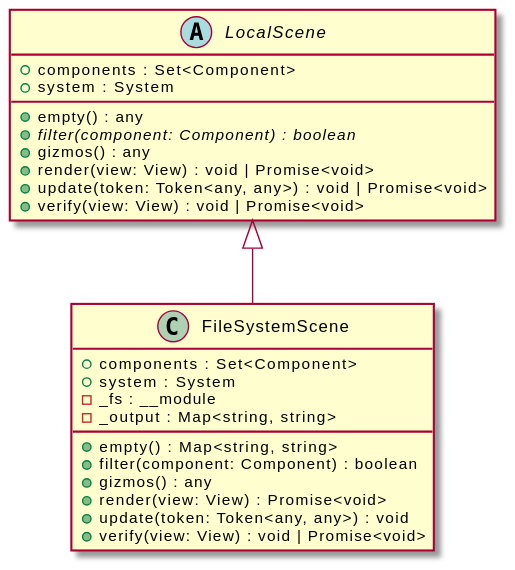
The PlantUML diagram assets/FileSystemScene-umlClassDiagram-503.svg in zorse-lang/adk, before a commit. Its diagram source:
```plantuml
@startuml
skinparam BackgroundColor transparent
hide empty methods
hide empty fields
class "FileSystemScene" {
    +components : Set<Component>
    +system : System
    -_fs : __module
    -_output : Map<string, string>
    +empty() : Map<string, string>
    +filter(component: Component) : boolean
    +gizmos() : any
    +render(view: View) : Promise<void>
    +update(token: Token<any, any>) : void
    +verify(view: View) : void | Promise<void>
}
abstract class "LocalScene" {
    +components : Set<Component>
    +system : System
    +empty() : any
    {abstract} +filter(component: Component) : boolean
    +gizmos() : any
    +render(view: View) : void | Promise<void>
    +update(token: Token<any, any>) : void | Promise<void>
    +verify(view: View) : void | Promise<void>
}
"LocalScene" <|-- "FileSystemScene"
@enduml
```
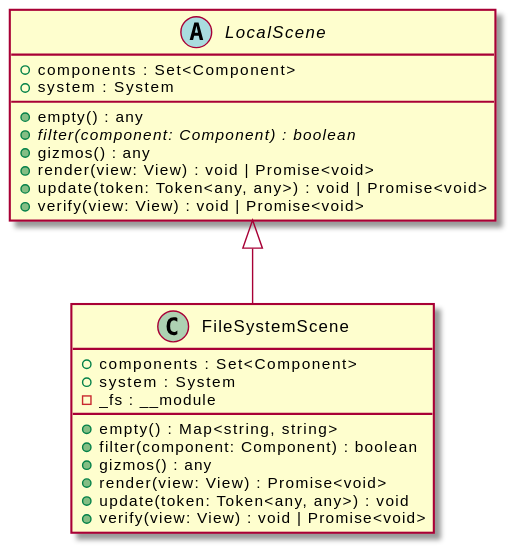
After the change.

Change to the diagram source:
```diff
@@ -6,7 +6,6 @@
     +components : Set<Component>
     +system : System
     -_fs : __module
-    -_output : Map<string, string>
     +empty() : Map<string, string>
     +filter(component: Component) : boolean
     +gizmos() : any
```
